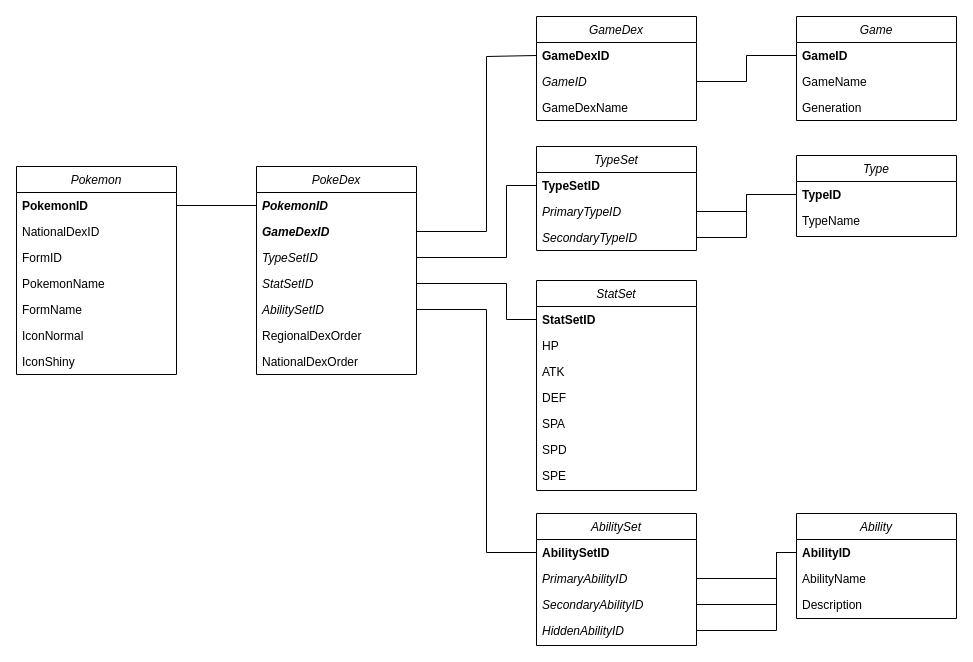
Zesty-Fork/PyPokedex keeps this draw.io diagram as DB/DatabaseERD.drawio. Above is the earlier version. Source tidied: cells renumbered, new cells numbered last; positions are measured from the earlier drawing's top-left corner, leaving out a move shared by most shapes. Both pictures are drawn from the tidied source at 100%, with x=0, y=0 at pixel (16, 16).
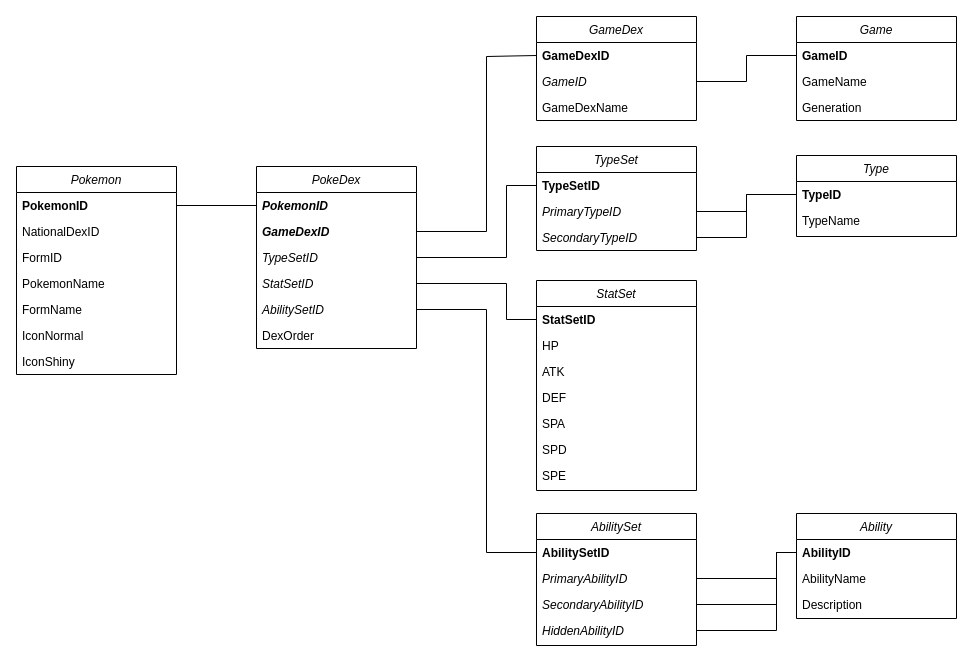
The same page after the edit.

What changed in the source:
```diff
@@
     <mxCell id="15" value="PokeDex" style="swimlane;fontStyle=2;align=center;verticalAlign=top;horizontal=1;startSize=26;rounded=0;shadow=0;strokeWidth=1;" parent="1" vertex="1">
-      <mxGeometry x="240" y="150" width="160" height="208" as="geometry" />
+      <mxGeometry x="240" y="150" width="160" height="182" as="geometry" />
     </mxCell>
@@
-    <mxCell id="21" value="RegionalDexOrder" style="text;align=left;verticalAlign=top;spacingLeft=4;spacingRight=4;overflow=hidden;fontStyle=0;" parent="15" vertex="1">
+    <mxCell id="21" value="DexOrder" style="text;align=left;verticalAlign=top;spacingLeft=4;spacingRight=4;overflow=hidden;fontStyle=0;" parent="15" vertex="1">
       <mxGeometry y="156" width="160" height="26" as="geometry" />
     </mxCell>
-    <mxCell id="22" value="NationalDexOrder" style="text;align=left;verticalAlign=top;spacingLeft=4;spacingRight=4;overflow=hidden;fontStyle=0;" parent="15" vertex="1">
-      <mxGeometry y="182" width="160" height="26" as="geometry" />
-    </mxCell>
```
